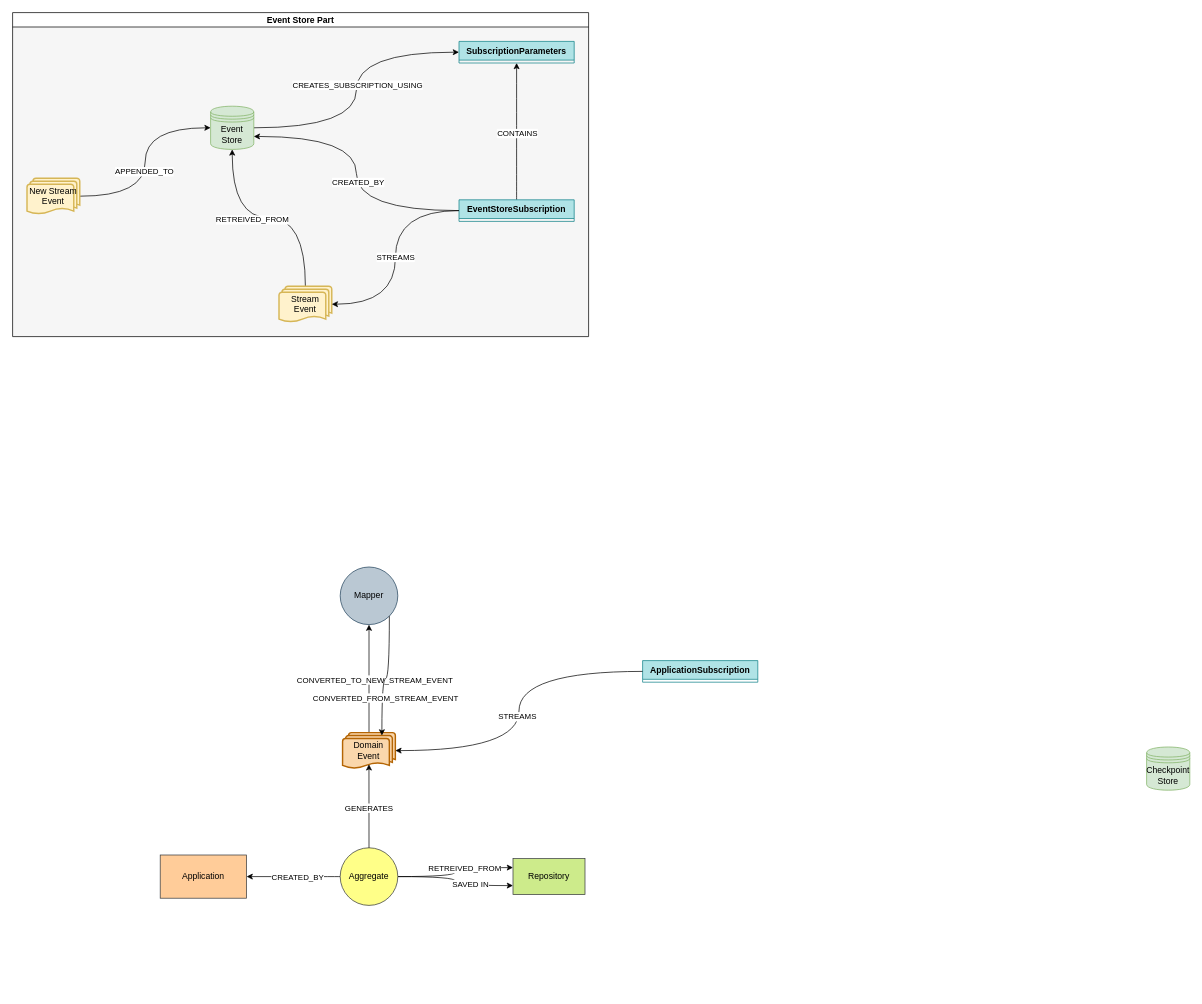
The draw.io diagram diagram.drawio in rndmBot/bestagon, before the edit. Source tidied: cells renumbered, new cells numbered last; positions are measured from the earlier drawing's top-left corner, leaving out a move shared by most shapes. Both pictures are drawn from the tidied source at 72%, with x=0, y=0 at pixel (12, 12).
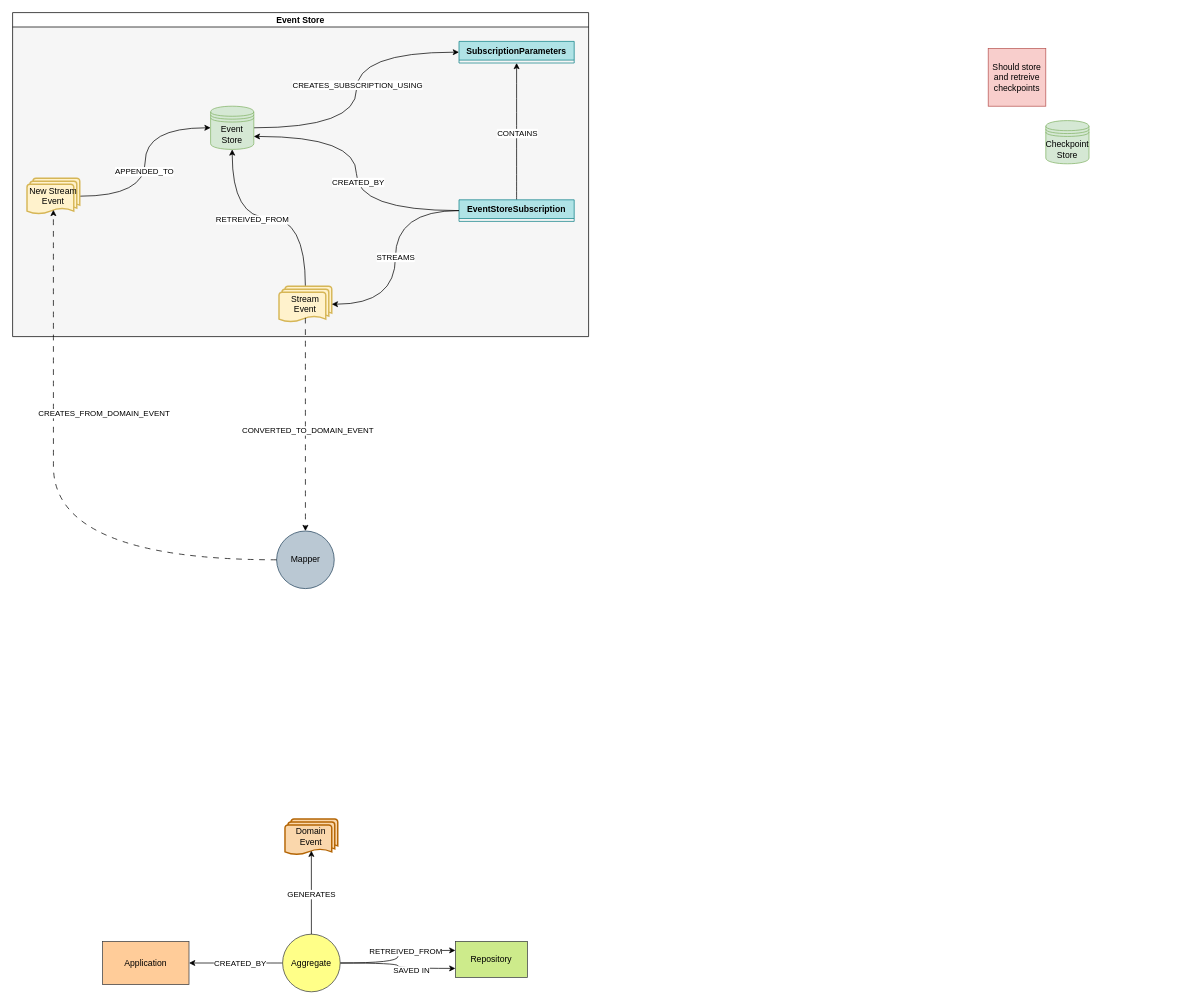
Above is the later version.

Unchanged cells that the change refers to:
```xml
<mxCell id="9" value="Stream Event" style="strokeWidth=2;html=1;shape=mxgraph.flowchart.multi-document;whiteSpace=wrap;fillColor=#fff2cc;strokeColor=#d6b656;" parent="3" vertex="1">
  <mxGeometry x="370" y="380" width="73.3" height="50" as="geometry" />
</mxCell>
<mxCell id="12" value="New Stream Event" style="strokeWidth=2;html=1;shape=mxgraph.flowchart.multi-document;whiteSpace=wrap;fillColor=#fff2cc;strokeColor=#d6b656;" parent="3" vertex="1">
  <mxGeometry x="20" y="230" width="73.3" height="50" as="geometry" />
</mxCell>
```

What changed in the source:
```diff
@@
     <mxCell id="2" value="Checkpoint Store" style="shape=datastore;whiteSpace=wrap;html=1;fillColor=#d5e8d4;strokeColor=#82b366;" parent="1" vertex="1">
-      <mxGeometry x="1575" y="1020" width="60" height="60" as="geometry" />
+      <mxGeometry x="1435" y="150" width="60" height="60" as="geometry" />
     </mxCell>
-    <mxCell id="3" value="Event Store Part" style="swimlane;startSize=20;horizontal=1;containerType=tree;newEdgeStyle={&quot;edgeStyle&quot;:&quot;elbowEdgeStyle&quot;,&quot;startArrow&quot;:&quot;none&quot;,&quot;endArrow&quot;:&quot;none&quot;};fillStyle=auto;swimlaneFillColor=#F6F6F6;" parent="1" vertex="1">
+    <mxCell id="3" value="Event Store" style="swimlane;startSize=20;horizontal=1;containerType=tree;newEdgeStyle={&quot;edgeStyle&quot;:&quot;elbowEdgeStyle&quot;,&quot;startArrow&quot;:&quot;none&quot;,&quot;endArrow&quot;:&quot;none&quot;};fillStyle=auto;swimlaneFillColor=#F6F6F6;" parent="1" vertex="1">
       <mxGeometry width="800" height="450" as="geometry" />
     </mxCell>
@@
-    <mxCell id="21" value="ApplicationSubscription" style="swimlane;fontStyle=1;align=center;verticalAlign=top;horizontal=1;startSize=26;whiteSpace=wrap;html=1;fillColor=#b0e3e6;strokeColor=#0e8088;" parent="1" vertex="1" collapsed="1">
-      <mxGeometry x="875" y="900" width="160" height="30" as="geometry" />
-    </mxCell>
     <mxCell id="22" value="Mapper" style="ellipse;whiteSpace=wrap;html=1;fillColor=#bac8d3;strokeColor=#23445d;" parent="1" vertex="1">
-      <mxGeometry x="455" y="770" width="80" height="80" as="geometry" />
+      <mxGeometry x="366.7" y="720" width="80" height="80" as="geometry" />
     </mxCell>
-    <mxCell id="23" style="edgeStyle=orthogonalEdgeStyle;rounded=0;jettySize=auto;html=1;entryX=0.5;entryY=1;entryDx=0;entryDy=0;curved=1;" parent="1" edge="1" source="25" target="22">
-      <mxGeometry relative="1" as="geometry" />
-    </mxCell>
-    <mxCell id="24" value="CONVERTED_TO_NEW_STREAM_EVENT" style="edgeLabel;html=1;align=center;verticalAlign=middle;" parent="23" vertex="1">
-      <mxGeometry x="-0.01" relative="1" as="geometry">
-        <mxPoint x="7" as="offset" />
-      </mxGeometry>
-    </mxCell>
     <mxCell id="25" value="Domain Event" style="strokeWidth=2;html=1;shape=mxgraph.flowchart.multi-document;whiteSpace=wrap;fillColor=#fad7ac;strokeColor=#b46504;" parent="1" vertex="1">
-      <mxGeometry x="458.3" y="1000" width="73.3" height="50" as="geometry" />
+      <mxGeometry x="378.3" y="1120" width="73.3" height="50" as="geometry" />
     </mxCell>
@@
     <mxCell id="32" value="Aggregate" style="ellipse;whiteSpace=wrap;html=1;fillColor=#ffff88;strokeColor=#36393d;" parent="1" vertex="1">
-      <mxGeometry x="455" y="1160" width="80" height="80" as="geometry" />
+      <mxGeometry x="375" y="1280" width="80" height="80" as="geometry" />
     </mxCell>
@@
     <mxCell id="35" value="Repository" style="rounded=0;whiteSpace=wrap;html=1;fillColor=#cdeb8b;strokeColor=#36393d;" parent="1" vertex="1">
-      <mxGeometry x="695" y="1175" width="100" height="50" as="geometry" />
+      <mxGeometry x="615" y="1290" width="100" height="50" as="geometry" />
     </mxCell>
     <mxCell id="36" value="Application" style="rounded=0;whiteSpace=wrap;html=1;fillColor=#ffcc99;strokeColor=#36393d;" parent="1" vertex="1">
-      <mxGeometry x="205" y="1170" width="120" height="60" as="geometry" />
+      <mxGeometry x="125" y="1290" width="120" height="60" as="geometry" />
     </mxCell>
-    <mxCell id="37" style="edgeStyle=orthogonalEdgeStyle;rounded=0;jettySize=auto;html=1;entryX=0.745;entryY=0.08;entryDx=0;entryDy=0;entryPerimeter=0;exitX=1;exitY=1;exitDx=0;exitDy=0;curved=1;" parent="1" edge="1" source="22" target="25">
-      <mxGeometry relative="1" as="geometry" />
-    </mxCell>
-    <mxCell id="38" value="CONVERTED_FROM_STREAM_EVENT" style="edgeLabel;html=1;align=center;verticalAlign=middle;" parent="37" vertex="1">
-      <mxGeometry x="0.41" y="1" relative="1" as="geometry">
-        <mxPoint x="4" as="offset" />
-      </mxGeometry>
-    </mxCell>
-    <mxCell id="39" style="edgeStyle=orthogonalEdgeStyle;rounded=0;jettySize=auto;html=1;entryX=1;entryY=0.5;entryDx=0;entryDy=0;entryPerimeter=0;curved=1;" parent="1" edge="1" source="21" target="25">
-      <mxGeometry relative="1" as="geometry" />
-    </mxCell>
-    <mxCell id="40" value="STREAMS" style="edgeLabel;html=1;align=center;verticalAlign=middle;" parent="39" vertex="1">
-      <mxGeometry x="0.03" y="-3" relative="1" as="geometry" />
-    </mxCell>
+    <mxCell id="41" value="Should store and retreive checkpoints" style="whiteSpace=wrap;html=1;fillColor=#f8cecc;strokeColor=#b85450;" parent="1" vertex="1">
+      <mxGeometry x="1355" y="50" width="80" height="80" as="geometry" />
+    </mxCell>
+    <mxCell id="42" style="edgeStyle=orthogonalEdgeStyle;rounded=0;jettySize=auto;html=1;entryX=0.5;entryY=0.88;entryDx=0;entryDy=0;entryPerimeter=0;curved=1;dashed=1;dashPattern=8 8;" parent="1" edge="1" source="22" target="12">
+      <mxGeometry relative="1" as="geometry" />
+    </mxCell>
+    <mxCell id="43" value="CREATES_FROM_DOMAIN_EVENT" style="edgeLabel;html=1;align=center;verticalAlign=middle;" parent="42" vertex="1">
+      <mxGeometry x="0.29" y="-70" relative="1" as="geometry">
+        <mxPoint y="-1" as="offset" />
+      </mxGeometry>
+    </mxCell>
+    <mxCell id="44" style="edgeStyle=orthogonalEdgeStyle;rounded=0;jettySize=auto;html=1;entryX=0.5;entryY=0;entryDx=0;entryDy=0;curved=1;exitX=0.5;exitY=0.88;exitDx=0;exitDy=0;exitPerimeter=0;dashed=1;dashPattern=8 8;" parent="1" edge="1" source="9" target="22">
+      <mxGeometry relative="1" as="geometry" />
+    </mxCell>
+    <mxCell id="45" value="CONVERTED_TO_DOMAIN_EVENT" style="edgeLabel;html=1;align=center;verticalAlign=middle;" parent="44" vertex="1">
+      <mxGeometry x="0.06" y="3" relative="1" as="geometry" />
+    </mxCell>
```
